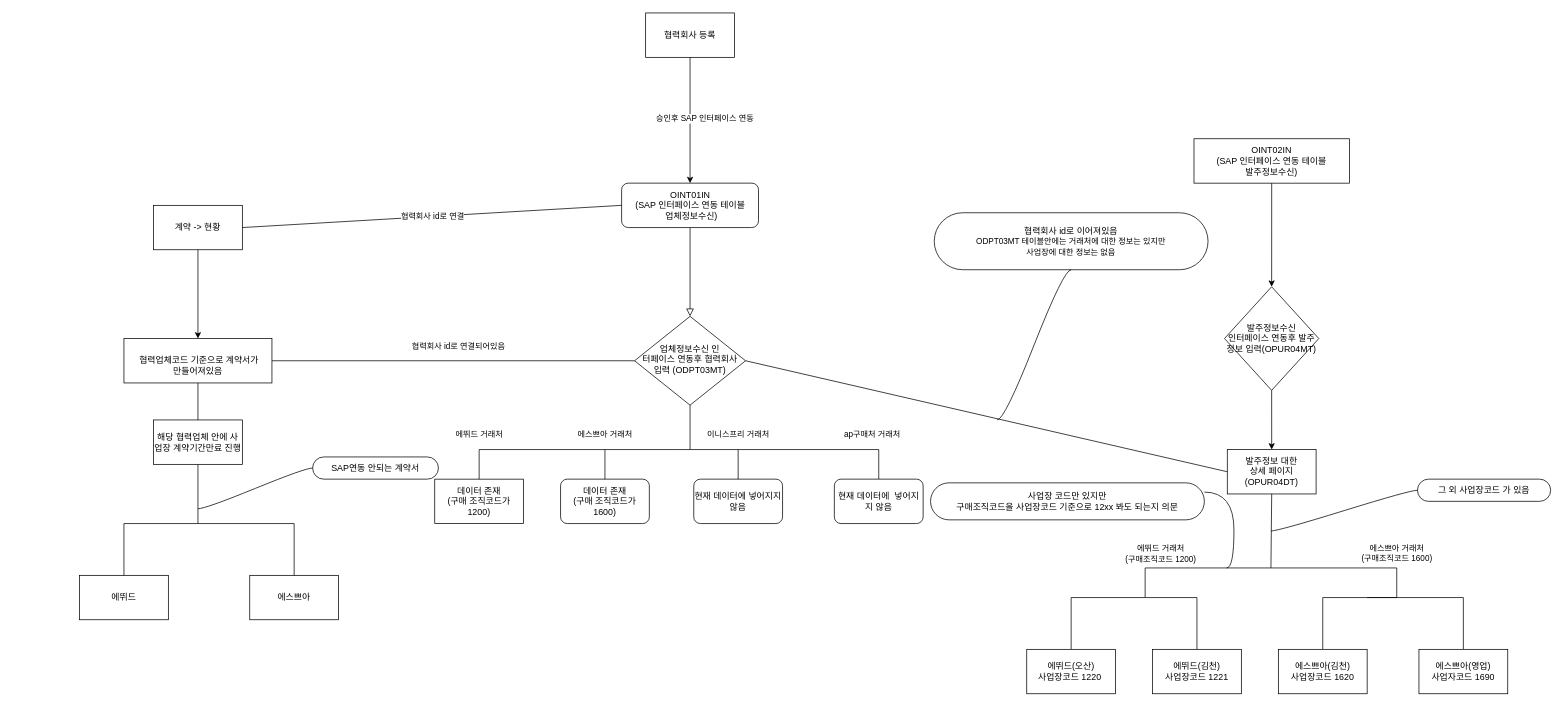
The draw.io diagram 제목 없는 다이어그램.drawio in jeahuck/yang, before the edit. Source tidied: cells renumbered, new cells numbered last; positions are measured from the earlier drawing's top-left corner, leaving out a move shared by most shapes. Both pictures are drawn from the tidied source at 74%, with x=0, y=0 at pixel (79, 13).
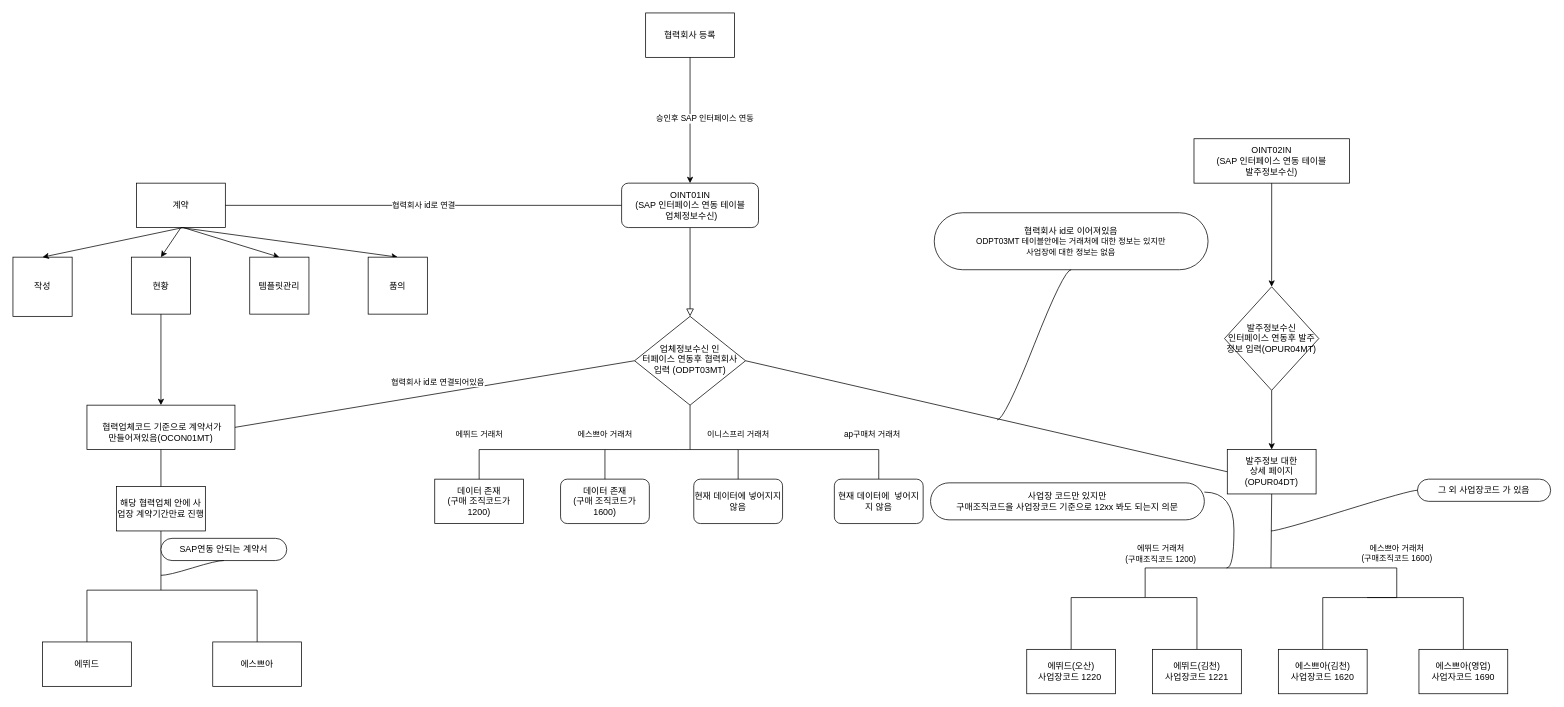
The same page after the edit.

Commit message:
제목 없는 다이어그램.drawio 업데이트

Change to the diagram source:
```diff
@@
-    <mxCell id="30" value="계약 -&amp;gt; 현황" style="rounded=0;whiteSpace=wrap;html=1;" parent="1" vertex="1">
-      <mxGeometry x="100" y="260" width="120" height="60" as="geometry" />
+    <mxCell id="30" value="계약" style="rounded=0;whiteSpace=wrap;html=1;" parent="1" vertex="1">
+      <mxGeometry x="77" y="230" width="120" height="60" as="geometry" />
     </mxCell>
-    <mxCell id="31" value="&lt;br&gt;&amp;nbsp;협력업체코드 기준으로 계약서가 &lt;br&gt;만들어져있음" style="rounded=0;whiteSpace=wrap;html=1;" parent="1" vertex="1">
-      <mxGeometry x="60" y="440" width="200" height="60" as="geometry" />
+    <mxCell id="31" value="&lt;br&gt;&amp;nbsp;협력업체코드 기준으로 계약서가 &lt;br&gt;만들어져있음(OCON01MT)" style="rounded=0;whiteSpace=wrap;html=1;" parent="1" vertex="1">
+      <mxGeometry x="10" y="530" width="200" height="60" as="geometry" />
     </mxCell>
-    <mxCell id="32" style="endArrow=classic;html=1;rounded=0;exitX=0.5;exitY=1;exitDx=0;exitDy=0;entryX=0.5;entryY=0;entryDx=0;entryDy=0;" parent="1" edge="1" source="30" target="31">
+    <mxCell id="32" style="endArrow=classic;html=1;rounded=0;exitX=0.5;exitY=1;exitDx=0;exitDy=0;entryX=0.5;entryY=0;entryDx=0;entryDy=0;" parent="1" edge="1" source="30" target="51">
       <mxGeometry relative="1" as="geometry" />
     </mxCell>
@@
     <mxCell id="42" value="에뛰드" style="rounded=0;whiteSpace=wrap;html=1;" parent="1" vertex="1">
-      <mxGeometry y="760" width="120" height="60" as="geometry" />
+      <mxGeometry x="-50" y="850" width="120" height="60" as="geometry" />
     </mxCell>
     <mxCell id="43" value="에스쁘아" style="rounded=0;whiteSpace=wrap;html=1;" parent="1" vertex="1">
-      <mxGeometry x="230" y="760" width="120" height="60" as="geometry" />
+      <mxGeometry x="180" y="850" width="120" height="60" as="geometry" />
     </mxCell>
     <mxCell id="44" style="endArrow=none;html=1;rounded=0;exitX=0.5;exitY=0;exitDx=0;exitDy=0;entryX=0.5;entryY=1;entryDx=0;entryDy=0;" parent="1" edge="1" source="42" target="48">
       <mxGeometry relative="1" as="geometry">
         <Array as="points">
-          <mxPoint x="60" y="690" />
-          <mxPoint x="160" y="690" />
+          <mxPoint x="10" y="780" />
+          <mxPoint x="110" y="780" />
         </Array>
       </mxGeometry>
     </mxCell>
     <mxCell id="45" style="endArrow=none;html=1;rounded=0;entryX=0.5;entryY=0;entryDx=0;entryDy=0;" parent="1" edge="1" target="43">
       <mxGeometry relative="1" as="geometry">
-        <mxPoint x="160" y="690" as="sourcePoint" />
+        <mxPoint x="110" y="780" as="sourcePoint" />
         <Array as="points">
-          <mxPoint x="290" y="690" />
+          <mxPoint x="240" y="780" />
         </Array>
       </mxGeometry>
     </mxCell>
     <mxCell id="46" value="SAP연동 안되는 계약서" style="whiteSpace=wrap;html=1;rounded=1;arcSize=50;align=center;verticalAlign=middle;strokeWidth=1;spacing=4;newEdgeStyle={&quot;edgeStyle&quot;:&quot;entityRelationEdgeStyle&quot;,&quot;startArrow&quot;:&quot;none&quot;,&quot;endArrow&quot;:&quot;none&quot;,&quot;segment&quot;:10,&quot;curved&quot;:1,&quot;sourcePerimeterSpacing&quot;:0,&quot;targetPerimeterSpacing&quot;:0};" parent="1" vertex="1">
-      <mxGeometry x="315" y="600" width="170" height="30" as="geometry" />
+      <mxGeometry x="110" y="710" width="170" height="30" as="geometry" />
     </mxCell>
-    <mxCell id="47" style="edgeStyle=entityRelationEdgeStyle;startArrow=none;endArrow=none;segment=10;curved=1;sourcePerimeterSpacing=0;targetPerimeterSpacing=0;rounded=0;entryX=0;entryY=0.5;entryDx=0;entryDy=0;" parent="1" edge="1" target="46">
+    <mxCell id="47" style="edgeStyle=entityRelationEdgeStyle;startArrow=none;endArrow=none;segment=10;curved=1;sourcePerimeterSpacing=0;targetPerimeterSpacing=0;rounded=0;entryX=0.5;entryY=1;entryDx=0;entryDy=0;" parent="1" edge="1" target="46">
       <mxGeometry relative="1" as="geometry">
-        <mxPoint x="160" y="670" as="sourcePoint" />
+        <mxPoint x="110" y="760" as="sourcePoint" />
       </mxGeometry>
     </mxCell>
     <mxCell id="48" value="해당 협력업체 안에 사업장 계약기간만료 진행" style="rounded=0;whiteSpace=wrap;html=1;" parent="1" vertex="1">
-      <mxGeometry x="100" y="550" width="120" height="60" as="geometry" />
+      <mxGeometry x="50" y="640" width="120" height="60" as="geometry" />
     </mxCell>
@@
+    <mxCell id="51" value="현황" style="rounded=0;whiteSpace=wrap;html=1;" parent="1" vertex="1">
+      <mxGeometry x="70" y="330" width="80" height="77" as="geometry" />
+    </mxCell>
+    <mxCell id="52" style="endArrow=classic;html=1;rounded=0;exitX=0.5;exitY=1;exitDx=0;exitDy=0;entryX=0.5;entryY=0;entryDx=0;entryDy=0;" parent="1" edge="1" source="51" target="31">
+      <mxGeometry relative="1" as="geometry" />
+    </mxCell>
+    <mxCell id="53" value="작성" style="rounded=0;whiteSpace=wrap;html=1;" parent="1" vertex="1">
+      <mxGeometry x="-90" y="330" width="80" height="80" as="geometry" />
+    </mxCell>
+    <mxCell id="54" style="endArrow=classic;html=1;rounded=0;entryX=0.5;entryY=0;entryDx=0;entryDy=0;" parent="1" edge="1" target="56">
+      <mxGeometry relative="1" as="geometry">
+        <mxPoint x="140" y="290" as="sourcePoint" />
+      </mxGeometry>
+    </mxCell>
+    <mxCell id="55" style="endArrow=classic;html=1;rounded=0;entryX=0.5;entryY=0;entryDx=0;entryDy=0;" parent="1" edge="1" target="53">
+      <mxGeometry relative="1" as="geometry">
+        <mxPoint x="140" y="290" as="sourcePoint" />
+      </mxGeometry>
+    </mxCell>
+    <mxCell id="56" value="템플릿관리" style="rounded=0;whiteSpace=wrap;html=1;" parent="1" vertex="1">
+      <mxGeometry x="230" y="330" width="80" height="77" as="geometry" />
+    </mxCell>
+    <mxCell id="57" style="endArrow=classic;html=1;rounded=0;exitX=0.5;exitY=1;exitDx=0;exitDy=0;entryX=0.5;entryY=0;entryDx=0;entryDy=0;" parent="1" edge="1" source="30" target="58">
+      <mxGeometry relative="1" as="geometry" />
+    </mxCell>
+    <mxCell id="58" value="품의" style="rounded=0;whiteSpace=wrap;html=1;" parent="1" vertex="1">
+      <mxGeometry x="390" y="330" width="80" height="77" as="geometry" />
+    </mxCell>
```
